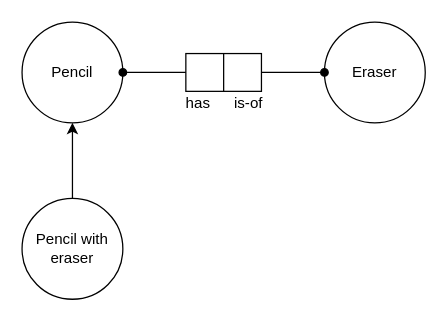
Before: Concept-5.1.drawio in DenelDuck/drawio, a draw.io diagram. Source tidied: cells renumbered, new cells numbered last; positions are measured from the earlier drawing's top-left corner, leaving out a move shared by most shapes. Both pictures are drawn from the tidied source at 126%, with x=0, y=0 at pixel (21, 21).
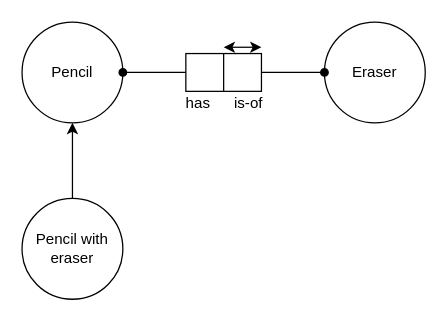
After the change.

The edit, as a diff of the source:
```diff
@@
 <mxGraphModel>
   <root>
     <mxCell id="0" />
     <mxCell id="1" parent="0" />
     <mxCell id="2" value="Pencil" style="ellipse;whiteSpace=wrap;html=1;" parent="1" vertex="1">
       <mxGeometry width="80" height="80" as="geometry" />
     </mxCell>
     <mxCell id="3" value="&lt;div&gt;Pencil with&lt;/div&gt;&lt;div&gt;eraser&lt;br&gt;&lt;/div&gt;" style="ellipse;whiteSpace=wrap;html=1;" parent="1" vertex="1">
       <mxGeometry y="140" width="80" height="80" as="geometry" />
     </mxCell>
     <mxCell id="4" value="Eraser" style="ellipse;whiteSpace=wrap;html=1;" parent="1" vertex="1">
       <mxGeometry x="240" width="80" height="80" as="geometry" />
     </mxCell>
     <mxCell id="5" style="shape=process;whiteSpace=wrap;html=1;backgroundOutline=1;size=0.5;" parent="1" vertex="1">
       <mxGeometry x="130" y="25" width="60" height="30" as="geometry" />
     </mxCell>
     <mxCell id="6" style="endArrow=classic;html=1;rounded=0;entryX=0.5;entryY=1;entryDx=0;entryDy=0;exitX=0.5;exitY=0;exitDx=0;exitDy=0;" parent="1" edge="1" source="3" target="2">
       <mxGeometry relative="1" as="geometry" />
     </mxCell>
     <mxCell id="7" style="endArrow=none;html=1;rounded=0;exitX=1;exitY=0.5;exitDx=0;exitDy=0;entryX=0;entryY=0.5;entryDx=0;entryDy=0;startArrow=oval;startFill=1;" parent="1" edge="1" source="2" target="5">
       <mxGeometry relative="1" as="geometry" />
     </mxCell>
     <mxCell id="8" style="endArrow=oval;html=1;rounded=0;entryX=0;entryY=0.5;entryDx=0;entryDy=0;exitX=1;exitY=0.5;exitDx=0;exitDy=0;endFill=1;" parent="1" edge="1" source="5" target="4">
       <mxGeometry relative="1" as="geometry" />
     </mxCell>
     <mxCell id="9" value="&lt;div&gt;has&lt;/div&gt;" style="text;html=1;strokeColor=none;fillColor=none;align=center;verticalAlign=middle;whiteSpace=wrap;rounded=0;" parent="1" vertex="1">
       <mxGeometry x="110" y="50" width="60" height="30" as="geometry" />
     </mxCell>
     <mxCell id="10" value="is-of" style="text;html=1;strokeColor=none;fillColor=none;align=center;verticalAlign=middle;whiteSpace=wrap;rounded=0;" parent="1" vertex="1">
       <mxGeometry x="150" y="50" width="60" height="30" as="geometry" />
     </mxCell>
+    <mxCell id="11" style="endArrow=classic;startArrow=classic;html=1;rounded=0;" parent="1" edge="1">
+      <mxGeometry relative="1" as="geometry">
+        <mxPoint x="160" y="20" as="sourcePoint" />
+        <mxPoint x="190" y="20" as="targetPoint" />
+      </mxGeometry>
+    </mxCell>
   </root>
 </mxGraphModel>
```
